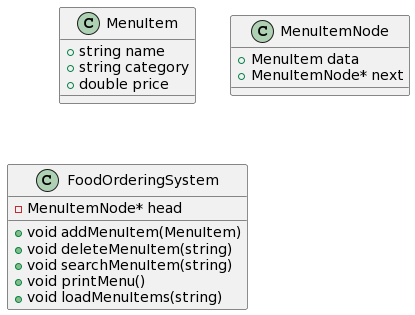
7azmi/food-menu keeps this PlantUML diagram as Design/Class diagram.png. Above is the earlier version.
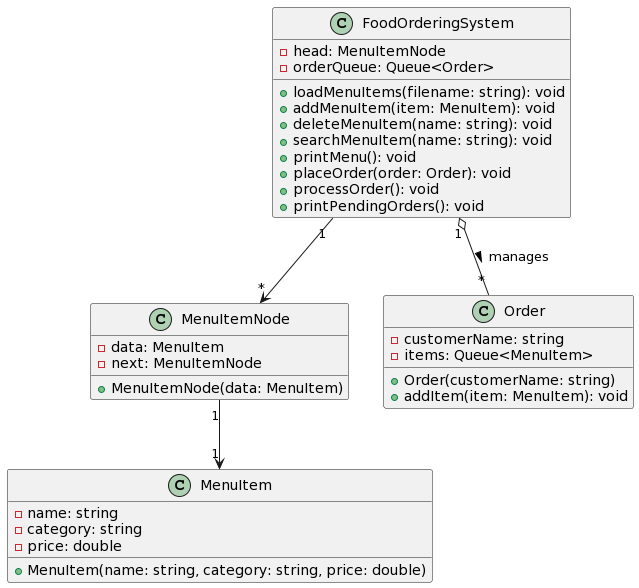
After the change.

Commit message:
Queue funcionality added

The edit, as a diff of the source:
```diff
@@ -1,21 +1,38 @@
 @startuml
 class MenuItem {
-    + string name
-    + string category
-    + double price
+    - name: string
+    - category: string
+    - price: double
+    + MenuItem(name: string, category: string, price: double)
 }
 
 class MenuItemNode {
-    + MenuItem data
-    + MenuItemNode* next
+    - data: MenuItem
+    - next: MenuItemNode
+    + MenuItemNode(data: MenuItem)
+}
+
+class Order {
+    - customerName: string
+    - items: Queue<MenuItem>
+    + Order(customerName: string)
+    + addItem(item: MenuItem): void
 }
 
 class FoodOrderingSystem {
-    - MenuItemNode* head
-    + void addMenuItem(MenuItem)
-    + void deleteMenuItem(string)
-    + void searchMenuItem(string)
-    + void printMenu()
-    + void loadMenuItems(string)
+    - head: MenuItemNode
+    - orderQueue: Queue<Order>
+    + loadMenuItems(filename: string): void
+    + addMenuItem(item: MenuItem): void
+    + deleteMenuItem(name: string): void
+    + searchMenuItem(name: string): void
+    + printMenu(): void
+    + placeOrder(order: Order): void
+    + processOrder(): void
+    + printPendingOrders(): void
 }
+
+MenuItemNode "1" --> "1" MenuItem
+FoodOrderingSystem "1" --> "*" MenuItemNode
+FoodOrderingSystem "1" o-- "*" Order : manages >
 @enduml
```
